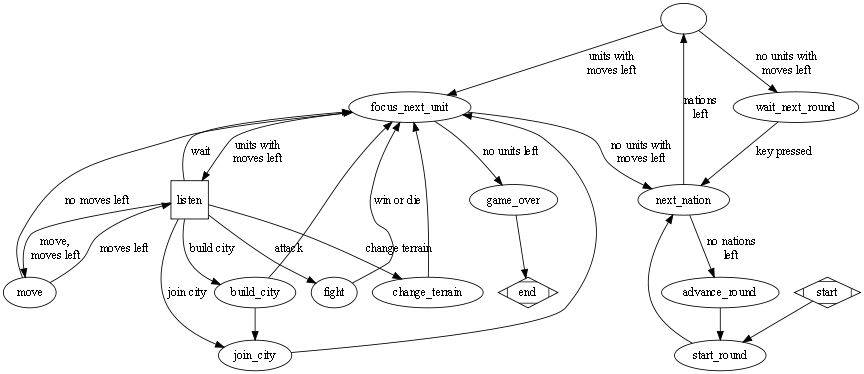
Before: cociv/doc/states.png, a diagram exported from Graphviz (andrenho/andrenho). Its source is kept beside it as cociv/doc/states.dot.
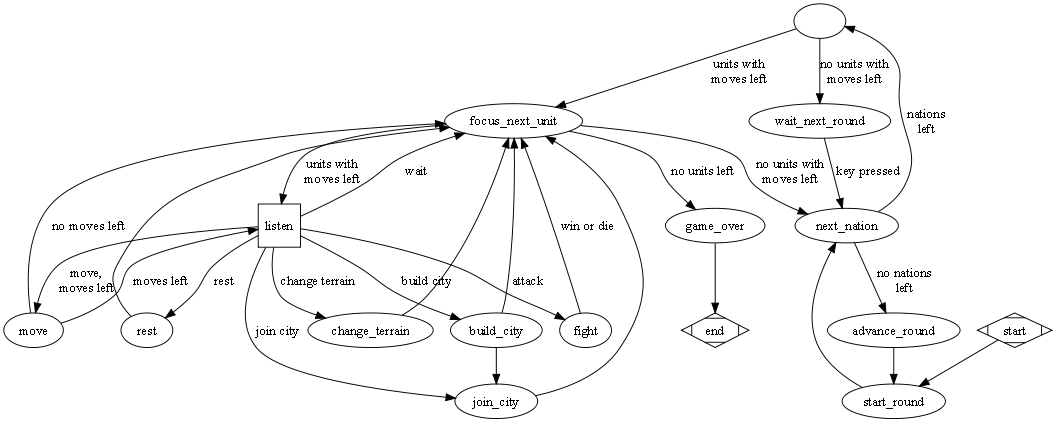
Above is the later version.

The edit, as a diff of the source:
```diff
@@ -1,6 +1,6 @@
 digraph g {
 
-  size="9";
+  size="11";
 
   nation_has_moves_left [label=""];
 
@@ -22,6 +22,8 @@
   listen -> focus_next_unit [label="wait"];
   listen -> move [label="move,\nmoves left"];
   listen -> change_terrain [label="change terrain"];
+  listen -> rest [label="rest"];
+  rest -> focus_next_unit;
   change_terrain -> focus_next_unit;
   move -> listen [label="moves left"];
   move -> focus_next_unit [label="no moves left"];
```
